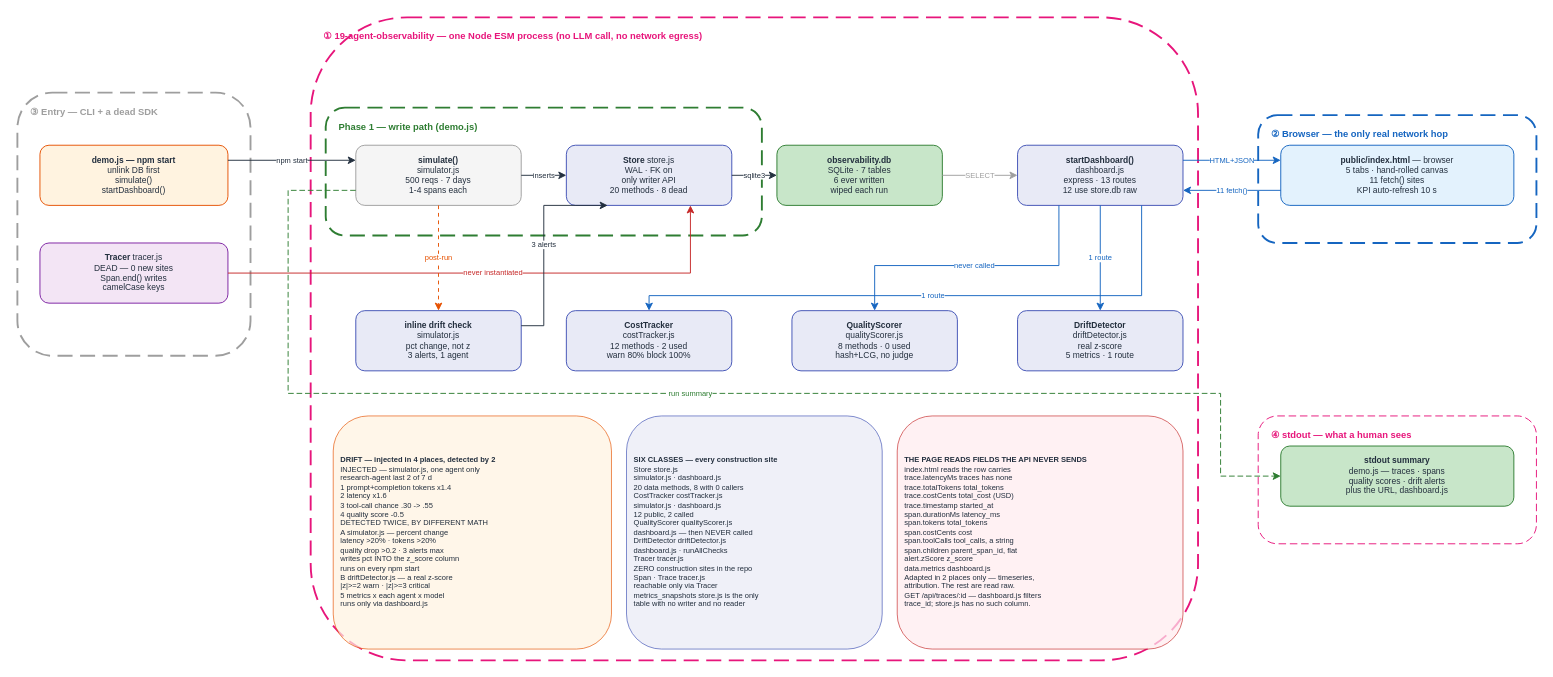
The draw.io diagram docs/diagrams/observability_v1/HOA_Observability_v1.drawio in gmaheshraju/Hands-on-AgenticAI, before the edit. Source tidied: cells renumbered, new cells numbered last; positions are measured from the earlier drawing's top-left corner, leaving out a move shared by most shapes. Both pictures are drawn from the tidied source at 94%, with x=0, y=0 at pixel (17, 17).
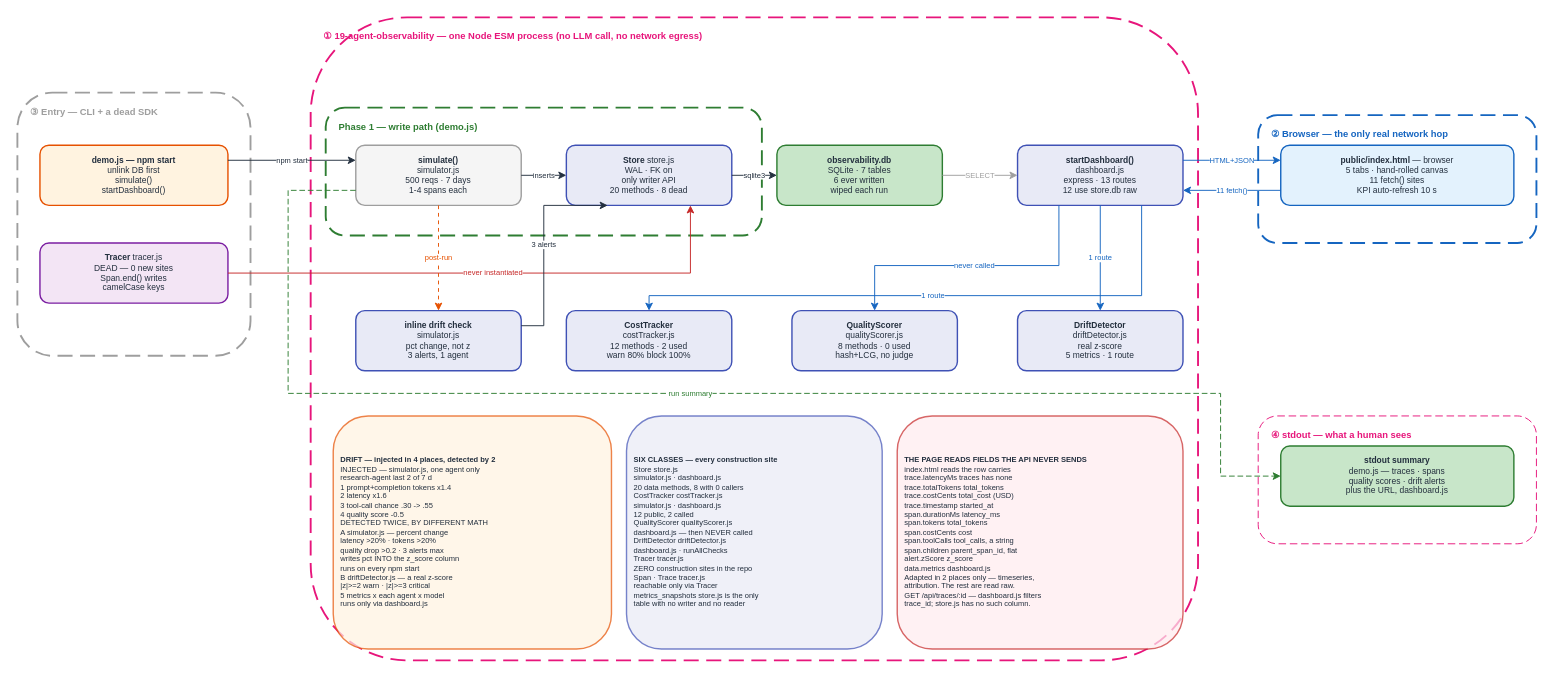
The same diagram, later.

The edit, as a diff of the source:
```diff
@@
-    <mxCell id="12" value="&lt;b&gt;demo.js — npm start&lt;/b&gt;&lt;br&gt;unlink DB first&lt;br&gt;simulate()&lt;br&gt;startDashboard()" style="rounded=1;fillColor=#FFF3E0;strokeColor=#E65100;fontSize=9;fontColor=#232F3E;html=1;whiteSpace=wrap;align=center;" parent="1" vertex="1">
+    <mxCell id="12" value="&lt;b&gt;demo.js — npm start&lt;/b&gt;&lt;br&gt;unlink DB first&lt;br&gt;simulate()&lt;br&gt;startDashboard()" style="rounded=1;fillColor=#FFF3E0;strokeColor=#E65100;strokeWidth=1.5;fontSize=9;fontColor=#232F3E;html=1;whiteSpace=wrap;align=center;" parent="1" vertex="1">
       <mxGeometry x="24" y="136" width="200" height="64" as="geometry" />
     </mxCell>
-    <mxCell id="13" value="&lt;b&gt;Tracer&lt;/b&gt; tracer.js&lt;br&gt;DEAD — 0 new sites&lt;br&gt;Span.end() writes&lt;br&gt;camelCase keys" style="rounded=1;fillColor=#F3E5F5;strokeColor=#7B1FA2;fontSize=9;fontColor=#232F3E;html=1;whiteSpace=wrap;align=center;" parent="1" vertex="1">
+    <mxCell id="13" value="&lt;b&gt;Tracer&lt;/b&gt; tracer.js&lt;br&gt;DEAD — 0 new sites&lt;br&gt;Span.end() writes&lt;br&gt;camelCase keys" style="rounded=1;fillColor=#F3E5F5;strokeColor=#7B1FA2;strokeWidth=1.5;fontSize=9;fontColor=#232F3E;html=1;whiteSpace=wrap;align=center;" parent="1" vertex="1">
       <mxGeometry x="24" y="240" width="200" height="64" as="geometry" />
     </mxCell>
-    <mxCell id="14" value="&lt;b&gt;simulate()&lt;/b&gt;&lt;br&gt;simulator.js&lt;br&gt;500 reqs · 7 days&lt;br&gt;1-4 spans each" style="rounded=1;fillColor=#F5F5F5;strokeColor=#9E9E9E;fontSize=9;fontColor=#232F3E;html=1;whiteSpace=wrap;align=center;" parent="1" vertex="1">
+    <mxCell id="14" value="&lt;b&gt;simulate()&lt;/b&gt;&lt;br&gt;simulator.js&lt;br&gt;500 reqs · 7 days&lt;br&gt;1-4 spans each" style="rounded=1;fillColor=#F5F5F5;strokeColor=#9E9E9E;strokeWidth=1.5;fontSize=9;fontColor=#232F3E;html=1;whiteSpace=wrap;align=center;" parent="1" vertex="1">
       <mxGeometry x="360" y="136" width="176" height="64" as="geometry" />
     </mxCell>
-    <mxCell id="15" value="&lt;b&gt;Store&lt;/b&gt; store.js&lt;br&gt;WAL · FK on&lt;br&gt;only writer API&lt;br&gt;20 methods · 8 dead" style="rounded=1;fillColor=#E8EAF6;strokeColor=#3F51B5;fontSize=9;fontColor=#232F3E;html=1;whiteSpace=wrap;align=center;" parent="1" vertex="1">
+    <mxCell id="15" value="&lt;b&gt;Store&lt;/b&gt; store.js&lt;br&gt;WAL · FK on&lt;br&gt;only writer API&lt;br&gt;20 methods · 8 dead" style="rounded=1;fillColor=#E8EAF6;strokeColor=#3F51B5;strokeWidth=1.5;fontSize=9;fontColor=#232F3E;html=1;whiteSpace=wrap;align=center;" parent="1" vertex="1">
       <mxGeometry x="584" y="136" width="176" height="64" as="geometry" />
     </mxCell>
-    <mxCell id="16" value="&lt;b&gt;observability.db&lt;/b&gt;&lt;br&gt;SQLite · 7 tables&lt;br&gt;6 ever written&lt;br&gt;wiped each run" style="rounded=1;fillColor=#C8E6C9;strokeColor=#2E7D32;fontSize=9;fontColor=#232F3E;html=1;whiteSpace=wrap;align=center;" parent="1" vertex="1">
+    <mxCell id="16" value="&lt;b&gt;observability.db&lt;/b&gt;&lt;br&gt;SQLite · 7 tables&lt;br&gt;6 ever written&lt;br&gt;wiped each run" style="rounded=1;fillColor=#C8E6C9;strokeColor=#2E7D32;strokeWidth=1.5;fontSize=9;fontColor=#232F3E;html=1;whiteSpace=wrap;align=center;" parent="1" vertex="1">
       <mxGeometry x="808" y="136" width="176" height="64" as="geometry" />
     </mxCell>
-    <mxCell id="17" value="&lt;b&gt;startDashboard()&lt;/b&gt;&lt;br&gt;dashboard.js&lt;br&gt;express · 13 routes&lt;br&gt;12 use store.db raw" style="rounded=1;fillColor=#E8EAF6;strokeColor=#3F51B5;fontSize=9;fontColor=#232F3E;html=1;whiteSpace=wrap;align=center;" parent="1" vertex="1">
+    <mxCell id="17" value="&lt;b&gt;startDashboard()&lt;/b&gt;&lt;br&gt;dashboard.js&lt;br&gt;express · 13 routes&lt;br&gt;12 use store.db raw" style="rounded=1;fillColor=#E8EAF6;strokeColor=#3F51B5;strokeWidth=1.5;fontSize=9;fontColor=#232F3E;html=1;whiteSpace=wrap;align=center;" parent="1" vertex="1">
       <mxGeometry x="1064" y="136" width="176" height="64" as="geometry" />
     </mxCell>
-    <mxCell id="18" value="&lt;b&gt;inline drift check&lt;/b&gt;&lt;br&gt;simulator.js&lt;br&gt;pct change, not z&lt;br&gt;3 alerts, 1 agent" style="rounded=1;fillColor=#E8EAF6;strokeColor=#3F51B5;fontSize=9;fontColor=#232F3E;html=1;whiteSpace=wrap;align=center;" parent="1" vertex="1">
+    <mxCell id="18" value="&lt;b&gt;inline drift check&lt;/b&gt;&lt;br&gt;simulator.js&lt;br&gt;pct change, not z&lt;br&gt;3 alerts, 1 agent" style="rounded=1;fillColor=#E8EAF6;strokeColor=#3F51B5;strokeWidth=1.5;fontSize=9;fontColor=#232F3E;html=1;whiteSpace=wrap;align=center;" parent="1" vertex="1">
       <mxGeometry x="360" y="312" width="176" height="64" as="geometry" />
     </mxCell>
-    <mxCell id="19" value="&lt;b&gt;CostTracker&lt;/b&gt;&lt;br&gt;costTracker.js&lt;br&gt;12 methods · 2 used&lt;br&gt;warn 80% block 100%" style="rounded=1;fillColor=#E8EAF6;strokeColor=#3F51B5;fontSize=9;fontColor=#232F3E;html=1;whiteSpace=wrap;align=center;" parent="1" vertex="1">
+    <mxCell id="19" value="&lt;b&gt;CostTracker&lt;/b&gt;&lt;br&gt;costTracker.js&lt;br&gt;12 methods · 2 used&lt;br&gt;warn 80% block 100%" style="rounded=1;fillColor=#E8EAF6;strokeColor=#3F51B5;strokeWidth=1.5;fontSize=9;fontColor=#232F3E;html=1;whiteSpace=wrap;align=center;" parent="1" vertex="1">
       <mxGeometry x="584" y="312" width="176" height="64" as="geometry" />
     </mxCell>
-    <mxCell id="20" value="&lt;b&gt;QualityScorer&lt;/b&gt;&lt;br&gt;qualityScorer.js&lt;br&gt;8 methods · 0 used&lt;br&gt;hash+LCG, no judge" style="rounded=1;fillColor=#E8EAF6;strokeColor=#3F51B5;fontSize=9;fontColor=#232F3E;html=1;whiteSpace=wrap;align=center;" parent="1" vertex="1">
+    <mxCell id="20" value="&lt;b&gt;QualityScorer&lt;/b&gt;&lt;br&gt;qualityScorer.js&lt;br&gt;8 methods · 0 used&lt;br&gt;hash+LCG, no judge" style="rounded=1;fillColor=#E8EAF6;strokeColor=#3F51B5;strokeWidth=1.5;fontSize=9;fontColor=#232F3E;html=1;whiteSpace=wrap;align=center;" parent="1" vertex="1">
       <mxGeometry x="824" y="312" width="176" height="64" as="geometry" />
     </mxCell>
-    <mxCell id="21" value="&lt;b&gt;DriftDetector&lt;/b&gt;&lt;br&gt;driftDetector.js&lt;br&gt;real z-score&lt;br&gt;5 metrics · 1 route" style="rounded=1;fillColor=#E8EAF6;strokeColor=#3F51B5;fontSize=9;fontColor=#232F3E;html=1;whiteSpace=wrap;align=center;" parent="1" vertex="1">
+    <mxCell id="21" value="&lt;b&gt;DriftDetector&lt;/b&gt;&lt;br&gt;driftDetector.js&lt;br&gt;real z-score&lt;br&gt;5 metrics · 1 route" style="rounded=1;fillColor=#E8EAF6;strokeColor=#3F51B5;strokeWidth=1.5;fontSize=9;fontColor=#232F3E;html=1;whiteSpace=wrap;align=center;" parent="1" vertex="1">
       <mxGeometry x="1064" y="312" width="176" height="64" as="geometry" />
     </mxCell>
-    <mxCell id="22" value="&lt;b&gt;public/index.html&lt;/b&gt; — browser&lt;br&gt;5 tabs · hand-rolled canvas&lt;br&gt;11 fetch() sites&lt;br&gt;KPI auto-refresh 10 s" style="rounded=1;fillColor=#E3F2FD;strokeColor=#1565C0;fontSize=9;fontColor=#232F3E;html=1;whiteSpace=wrap;align=center;" parent="1" vertex="1">
+    <mxCell id="22" value="&lt;b&gt;public/index.html&lt;/b&gt; — browser&lt;br&gt;5 tabs · hand-rolled canvas&lt;br&gt;11 fetch() sites&lt;br&gt;KPI auto-refresh 10 s" style="rounded=1;fillColor=#E3F2FD;strokeColor=#1565C0;strokeWidth=1.5;fontSize=9;fontColor=#232F3E;html=1;whiteSpace=wrap;align=center;" parent="1" vertex="1">
       <mxGeometry x="1344" y="136" width="248" height="64" as="geometry" />
     </mxCell>
-    <mxCell id="23" value="&lt;b&gt;stdout summary&lt;/b&gt;&lt;br&gt;demo.js — traces · spans&lt;br&gt;quality scores · drift alerts&lt;br&gt;plus the URL, dashboard.js" style="rounded=1;fillColor=#C8E6C9;strokeColor=#2E7D32;fontSize=9;fontColor=#232F3E;html=1;whiteSpace=wrap;align=center;" parent="1" vertex="1">
+    <mxCell id="23" value="&lt;b&gt;stdout summary&lt;/b&gt;&lt;br&gt;demo.js — traces · spans&lt;br&gt;quality scores · drift alerts&lt;br&gt;plus the URL, dashboard.js" style="rounded=1;fillColor=#C8E6C9;strokeColor=#2E7D32;strokeWidth=1.5;fontSize=9;fontColor=#232F3E;html=1;whiteSpace=wrap;align=center;" parent="1" vertex="1">
       <mxGeometry x="1344" y="456" width="248" height="64" as="geometry" />
     </mxCell>
-    <mxCell id="24" value="&lt;b&gt;DRIFT — injected in 4 places, detected by 2&lt;/b&gt;&lt;br&gt;INJECTED — simulator.js, one agent only&lt;br&gt; research-agent last 2 of 7 d&lt;br&gt; 1 prompt+completion tokens x1.4&lt;br&gt; 2 latency x1.6&lt;br&gt; 3 tool-call chance .30 -&amp;gt; .55&lt;br&gt; 4 quality score -0.5&lt;br&gt;DETECTED TWICE, BY DIFFERENT MATH&lt;br&gt; A simulator.js — percent change&lt;br&gt; latency &amp;gt;20% · tokens &amp;gt;20%&lt;br&gt; quality drop &amp;gt;0.2 · 3 alerts max&lt;br&gt; writes pct INTO the z_score column&lt;br&gt; runs on every npm start&lt;br&gt; B driftDetector.js — a real z-score&lt;br&gt; |z|&amp;gt;=2 warn · |z|&amp;gt;=3 critical&lt;br&gt; 5 metrics x each agent x model&lt;br&gt; runs only via dashboard.js" style="rounded=1;fillColor=#FFF3E0;strokeColor=#E65100;fontSize=8;fontColor=#232F3E;html=1;whiteSpace=wrap;align=left;spacingLeft=6;opacity=70;" parent="1" vertex="1">
+    <mxCell id="24" value="&lt;b&gt;DRIFT — injected in 4 places, detected by 2&lt;/b&gt;&lt;br&gt;INJECTED — simulator.js, one agent only&lt;br&gt; research-agent last 2 of 7 d&lt;br&gt; 1 prompt+completion tokens x1.4&lt;br&gt; 2 latency x1.6&lt;br&gt; 3 tool-call chance .30 -&amp;gt; .55&lt;br&gt; 4 quality score -0.5&lt;br&gt;DETECTED TWICE, BY DIFFERENT MATH&lt;br&gt; A simulator.js — percent change&lt;br&gt; latency &amp;gt;20% · tokens &amp;gt;20%&lt;br&gt; quality drop &amp;gt;0.2 · 3 alerts max&lt;br&gt; writes pct INTO the z_score column&lt;br&gt; runs on every npm start&lt;br&gt; B driftDetector.js — a real z-score&lt;br&gt; |z|&amp;gt;=2 warn · |z|&amp;gt;=3 critical&lt;br&gt; 5 metrics x each agent x model&lt;br&gt; runs only via dashboard.js" style="rounded=1;fillColor=#FFF3E0;strokeColor=#E65100;strokeWidth=1.5;fontSize=8;fontColor=#232F3E;html=1;whiteSpace=wrap;align=left;spacingLeft=6;opacity=70;" parent="1" vertex="1">
       <mxGeometry x="336" y="424" width="296" height="248" as="geometry" />
     </mxCell>
-    <mxCell id="25" value="&lt;b&gt;SIX CLASSES — every construction site&lt;/b&gt;&lt;br&gt;Store store.js&lt;br&gt; simulator.js · dashboard.js&lt;br&gt; 20 data methods, 8 with 0 callers&lt;br&gt;CostTracker costTracker.js&lt;br&gt; simulator.js · dashboard.js&lt;br&gt; 12 public, 2 called&lt;br&gt;QualityScorer qualityScorer.js&lt;br&gt; dashboard.js — then NEVER called&lt;br&gt;DriftDetector driftDetector.js&lt;br&gt; dashboard.js · runAllChecks&lt;br&gt;Tracer tracer.js&lt;br&gt; ZERO construction sites in the repo&lt;br&gt;Span · Trace tracer.js&lt;br&gt; reachable only via Tracer&lt;br&gt;metrics_snapshots store.js is the only&lt;br&gt;table with no writer and no reader" style="rounded=1;fillColor=#E8EAF6;strokeColor=#3F51B5;fontSize=8;fontColor=#232F3E;html=1;whiteSpace=wrap;align=left;spacingLeft=6;opacity=70;" parent="1" vertex="1">
+    <mxCell id="25" value="&lt;b&gt;SIX CLASSES — every construction site&lt;/b&gt;&lt;br&gt;Store store.js&lt;br&gt; simulator.js · dashboard.js&lt;br&gt; 20 data methods, 8 with 0 callers&lt;br&gt;CostTracker costTracker.js&lt;br&gt; simulator.js · dashboard.js&lt;br&gt; 12 public, 2 called&lt;br&gt;QualityScorer qualityScorer.js&lt;br&gt; dashboard.js — then NEVER called&lt;br&gt;DriftDetector driftDetector.js&lt;br&gt; dashboard.js · runAllChecks&lt;br&gt;Tracer tracer.js&lt;br&gt; ZERO construction sites in the repo&lt;br&gt;Span · Trace tracer.js&lt;br&gt; reachable only via Tracer&lt;br&gt;metrics_snapshots store.js is the only&lt;br&gt;table with no writer and no reader" style="rounded=1;fillColor=#E8EAF6;strokeColor=#3F51B5;strokeWidth=1.5;fontSize=8;fontColor=#232F3E;html=1;whiteSpace=wrap;align=left;spacingLeft=6;opacity=70;" parent="1" vertex="1">
       <mxGeometry x="648" y="424" width="272" height="248" as="geometry" />
     </mxCell>
-    <mxCell id="26" value="&lt;b&gt;THE PAGE READS FIELDS THE API NEVER SENDS&lt;/b&gt;&lt;br&gt;index.html reads the row carries&lt;br&gt; trace.latencyMs traces has none&lt;br&gt; trace.totalTokens total_tokens&lt;br&gt; trace.costCents total_cost (USD)&lt;br&gt; trace.timestamp started_at&lt;br&gt; span.durationMs latency_ms&lt;br&gt; span.tokens total_tokens&lt;br&gt; span.costCents cost&lt;br&gt; span.toolCalls tool_calls, a string&lt;br&gt; span.children parent_span_id, flat&lt;br&gt; alert.zScore z_score&lt;br&gt; data.metrics dashboard.js&lt;br&gt;Adapted in 2 places only — timeseries,&lt;br&gt;attribution. The rest are read raw.&lt;br&gt;GET /api/traces/:id — dashboard.js filters&lt;br&gt;trace_id; store.js has no such column." style="rounded=1;fillColor=#FFEBEE;strokeColor=#C62828;fontSize=8;fontColor=#232F3E;html=1;whiteSpace=wrap;align=left;spacingLeft=6;opacity=70;" parent="1" vertex="1">
+    <mxCell id="26" value="&lt;b&gt;THE PAGE READS FIELDS THE API NEVER SENDS&lt;/b&gt;&lt;br&gt;index.html reads the row carries&lt;br&gt; trace.latencyMs traces has none&lt;br&gt; trace.totalTokens total_tokens&lt;br&gt; trace.costCents total_cost (USD)&lt;br&gt; trace.timestamp started_at&lt;br&gt; span.durationMs latency_ms&lt;br&gt; span.tokens total_tokens&lt;br&gt; span.costCents cost&lt;br&gt; span.toolCalls tool_calls, a string&lt;br&gt; span.children parent_span_id, flat&lt;br&gt; alert.zScore z_score&lt;br&gt; data.metrics dashboard.js&lt;br&gt;Adapted in 2 places only — timeseries,&lt;br&gt;attribution. The rest are read raw.&lt;br&gt;GET /api/traces/:id — dashboard.js filters&lt;br&gt;trace_id; store.js has no such column." style="rounded=1;fillColor=#FFEBEE;strokeColor=#C62828;strokeWidth=1.5;fontSize=8;fontColor=#232F3E;html=1;whiteSpace=wrap;align=left;spacingLeft=6;opacity=70;" parent="1" vertex="1">
       <mxGeometry x="936" y="424" width="304" height="248" as="geometry" />
     </mxCell>
```
